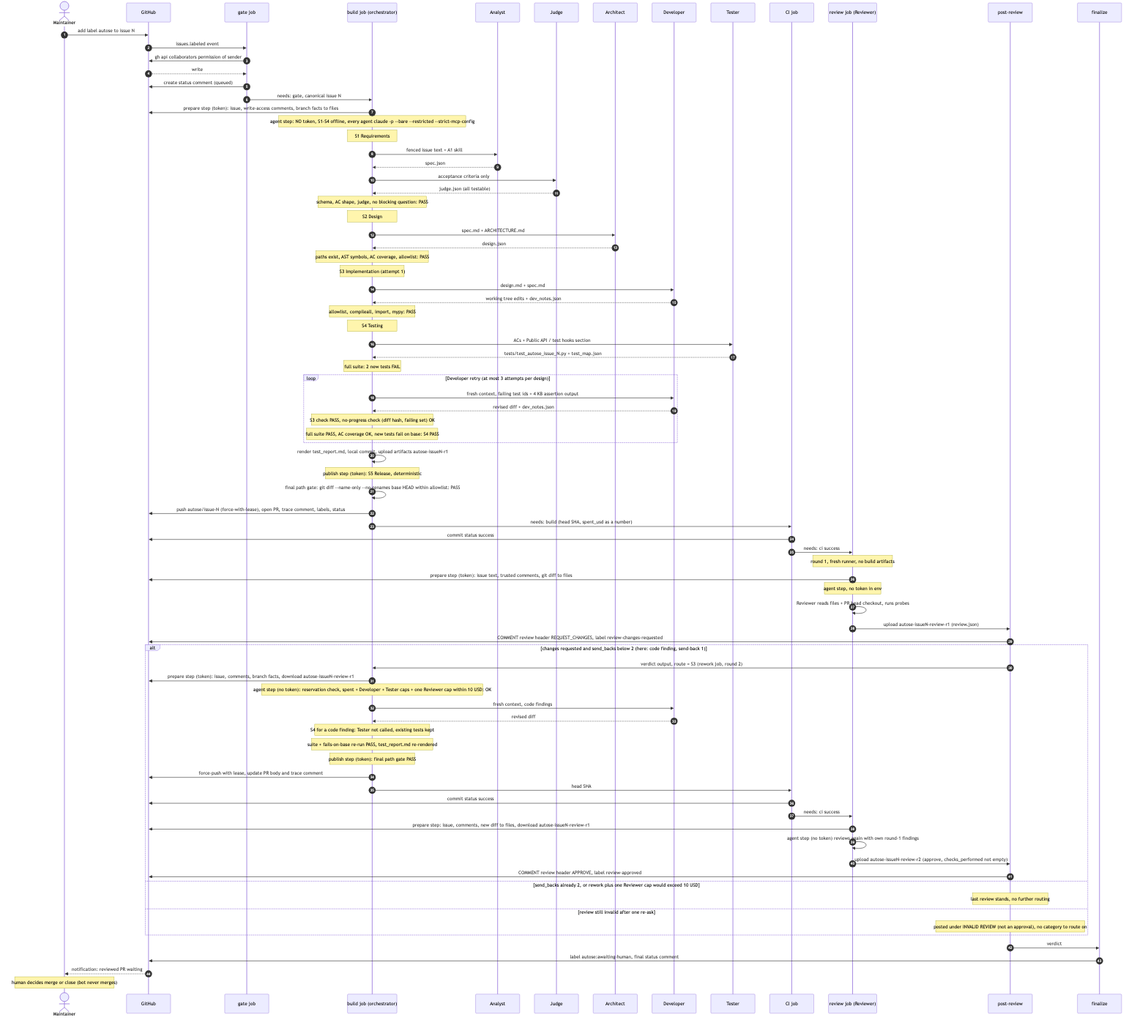
Above: architecture/views/sequence-view.png in vishesh312/autose-assignment3 (Mermaid), before the change. Its source is kept beside it as architecture/views/sequence-view.mmd.
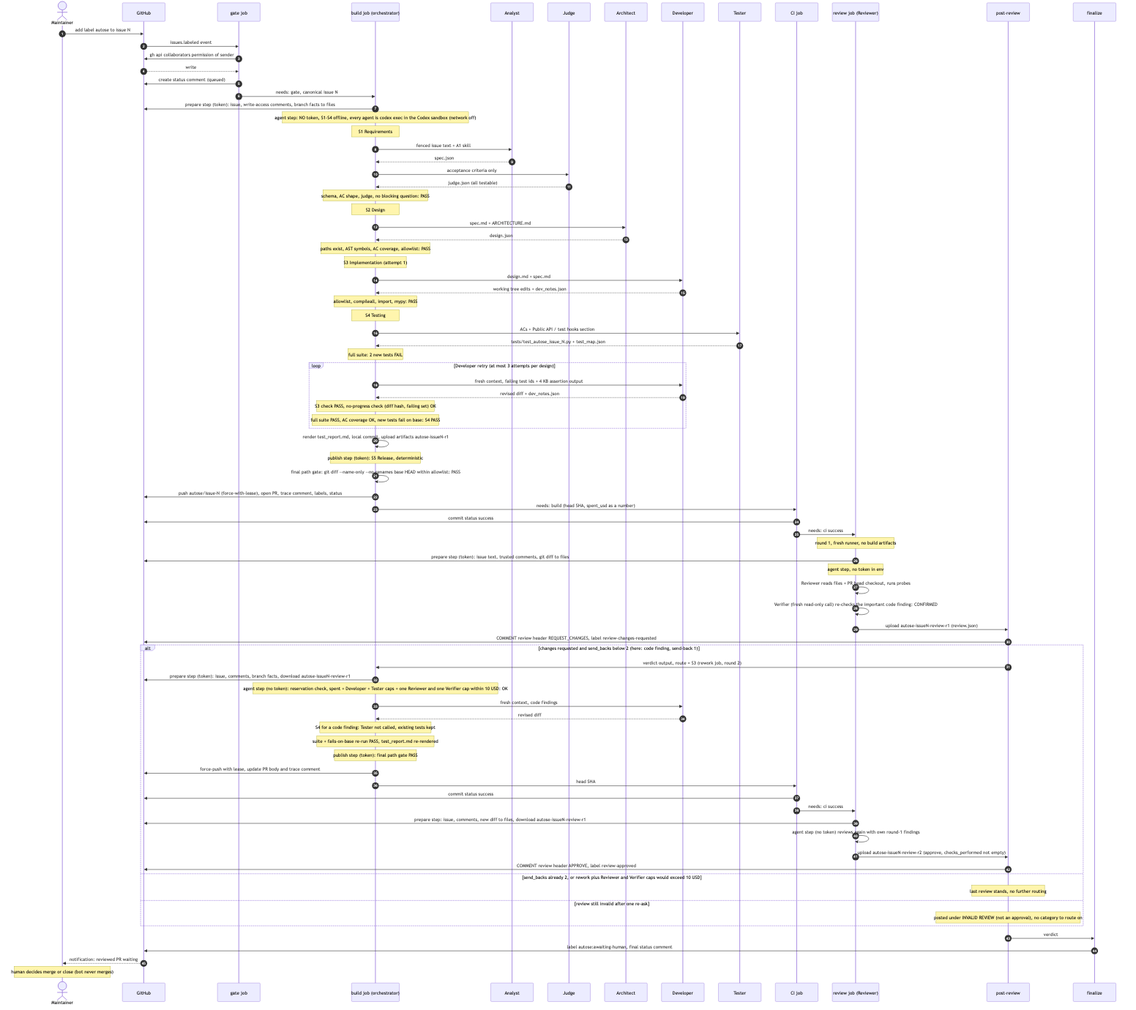
After the commit.

Commit message:
Update component, sequence and state-machine views and stage map for the Codex backend and the Verifier pass, and re-render the diagrams

Diff of the diagram source:
```diff
@@ -22,7 +22,7 @@
   G->>B: needs: gate, canonical issue N
 
   B->>GH: prepare step (token): issue, write-access comments, branch facts to files
-  Note over B: agent step: NO token, S1-S4 offline, every agent claude -p --bare --restricted --strict-mcp-config
+  Note over B: agent step: NO token, S1-S4 offline, every agent is codex exec in the Codex sandbox (network off)
   Note over B: S1 Requirements
   B->>AN: fenced issue text + A1 skill
   AN-->>B: spec.json
@@ -64,13 +64,14 @@
   R->>GH: prepare step (token): issue text, trusted comments, git diff to files
   Note over R: agent step, no token in env
   R->>R: Reviewer reads files + PR head checkout, runs probes
+  R->>R: Verifier (fresh read-only call) re-checks the important code finding: CONFIRMED
   R->>P: upload autose-issueN-review-r1 (review.json)
   P->>GH: COMMENT review header REQUEST_CHANGES, label review-changes-requested
 
   alt changes requested and send_backs below 2 (here: code finding, send-back 1)
     P->>B: verdict output, route = S3 (rework job, round 2)
     B->>GH: prepare step (token): issue, comments, branch facts, download autose-issueN-review-r1
-    Note over B: agent step (no token): reservation check, spent + Developer + Tester caps + one Reviewer cap within 10 USD: OK
+    Note over B: agent step (no token): reservation check, spent + Developer + Tester caps + one Reviewer and one Verifier cap within 10 USD: OK
     B->>D: fresh context, code findings
     D-->>B: revised diff
     Note over B: S4 for a code finding: Tester not called, existing tests kept
@@ -84,7 +85,7 @@
     R->>R: agent step (no token) reviews again with own round-1 findings
     R->>P: upload autose-issueN-review-r2 (approve, checks_performed not empty)
     P->>GH: COMMENT review header APPROVE, label review-approved
-  else send_backs already 2, or rework plus one Reviewer cap would exceed 10 USD
+  else send_backs already 2, or rework plus Reviewer and Verifier caps would exceed 10 USD
     Note over P: last review stands, no further routing
   else review still invalid after one re-ask
     Note over P: posted under INVALID REVIEW (not an approval), no category to route on
```
